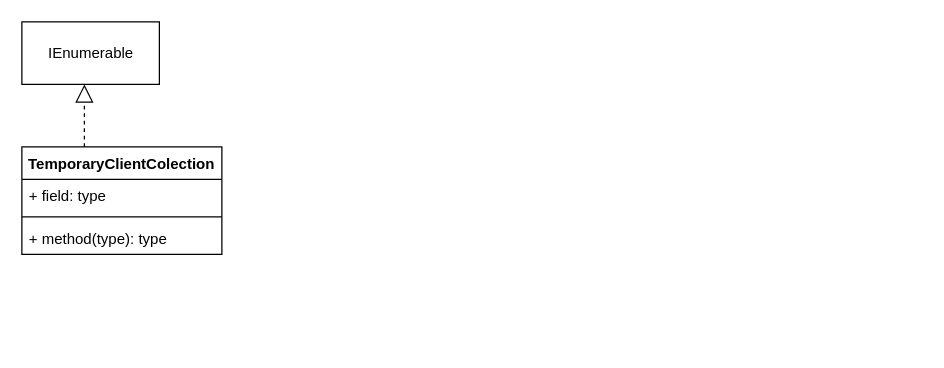
This is Untitled Diagram.drawio from Constantine1992/Diagrams, a draw.io file, before an edit. Source tidied: cells renumbered, new cells numbered last; positions are measured from the earlier drawing's top-left corner, leaving out a move shared by most shapes. Both pictures are drawn from the tidied source at 125%, with x=0, y=0 at pixel (21, 21).
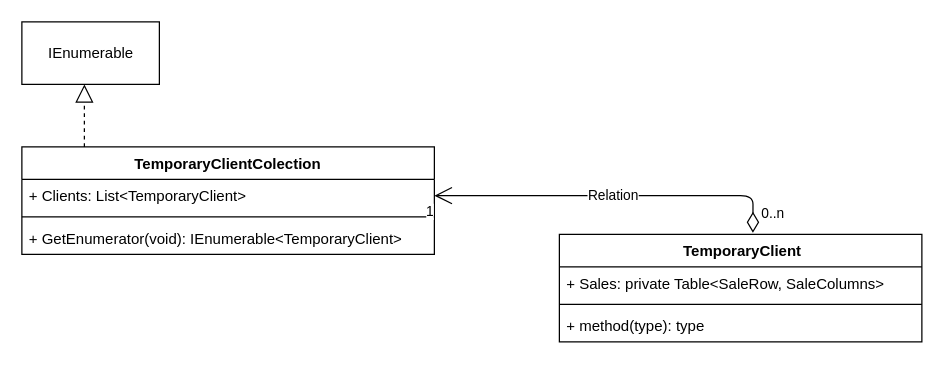
After the change.

Change to the diagram source:
```diff
@@
 <mxGraphModel>
   <root>
     <mxCell id="0" />
     <mxCell id="1" parent="0" />
     <mxCell id="2" value="TemporaryClientColection" style="swimlane;fontStyle=1;align=center;verticalAlign=top;horizontal=1;startSize=26;" parent="1" vertex="1">
-      <mxGeometry y="100" width="160" height="86" as="geometry" />
+      <mxGeometry y="100" width="330" height="86" as="geometry" />
     </mxCell>
-    <mxCell id="3" value="+ field: type" style="text;strokeColor=none;fillColor=none;align=left;verticalAlign=top;spacingLeft=4;spacingRight=4;overflow=hidden;points=[[0,0.5],[1,0.5]];portConstraint=eastwest;" parent="2" vertex="1">
-      <mxGeometry y="26" width="160" height="26" as="geometry" />
+    <mxCell id="3" value="+ Clients: List&lt;TemporaryClient&gt;" style="text;strokeColor=none;fillColor=none;align=left;verticalAlign=top;spacingLeft=4;spacingRight=4;overflow=hidden;points=[[0,0.5],[1,0.5]];portConstraint=eastwest;" parent="2" vertex="1">
+      <mxGeometry y="26" width="330" height="26" as="geometry" />
     </mxCell>
     <mxCell id="4" style="line;strokeWidth=1;fillColor=none;align=left;verticalAlign=middle;spacingTop=-1;spacingLeft=3;spacingRight=3;labelPosition=right;" parent="2" vertex="1">
-      <mxGeometry y="52" width="160" height="8" as="geometry" />
+      <mxGeometry y="52" width="330" height="8" as="geometry" />
     </mxCell>
-    <mxCell id="5" value="+ method(type): type" style="text;strokeColor=none;fillColor=none;align=left;verticalAlign=top;spacingLeft=4;spacingRight=4;overflow=hidden;" parent="2" vertex="1">
-      <mxGeometry y="60" width="160" height="26" as="geometry" />
+    <mxCell id="5" value="+ GetEnumerator(void): IEnumerable&lt;TemporaryClient&gt;&#10;" style="text;strokeColor=none;fillColor=none;align=left;verticalAlign=top;spacingLeft=4;spacingRight=4;overflow=hidden;" parent="2" vertex="1">
+      <mxGeometry y="60" width="330" height="26" as="geometry" />
     </mxCell>
     <mxCell id="6" value="IEnumerable" style="html=1;" parent="1" vertex="1">
       <mxGeometry width="110" height="50" as="geometry" />
     </mxCell>
     <mxCell id="7" style="endArrow=block;dashed=1;endFill=0;endSize=12;html=1;rounded=1;" parent="1" edge="1">
       <mxGeometry relative="1" as="geometry">
         <mxPoint x="50" y="100" as="sourcePoint" />
         <mxPoint x="50" y="50" as="targetPoint" />
       </mxGeometry>
     </mxCell>
+    <mxCell id="8" value=" TemporaryClient" style="swimlane;fontStyle=1;align=center;verticalAlign=top;horizontal=1;startSize=26;" parent="1" vertex="1">
+      <mxGeometry x="430" y="170" width="290" height="86" as="geometry" />
+    </mxCell>
+    <mxCell id="9" value="+ Sales: private Table&lt;SaleRow, SaleColumns&gt;" style="text;strokeColor=none;fillColor=none;align=left;verticalAlign=top;spacingLeft=4;spacingRight=4;overflow=hidden;" parent="8" vertex="1">
+      <mxGeometry y="26" width="290" height="26" as="geometry" />
+    </mxCell>
+    <mxCell id="10" style="line;strokeWidth=1;fillColor=none;align=left;verticalAlign=middle;spacingTop=-1;spacingLeft=3;spacingRight=3;labelPosition=right;" parent="8" vertex="1">
+      <mxGeometry y="52" width="290" height="8" as="geometry" />
+    </mxCell>
+    <mxCell id="11" value="+ method(type): type" style="text;strokeColor=none;fillColor=none;align=left;verticalAlign=top;spacingLeft=4;spacingRight=4;overflow=hidden;" parent="8" vertex="1">
+      <mxGeometry y="60" width="290" height="26" as="geometry" />
+    </mxCell>
+    <mxCell id="12" value="Relation" style="endArrow=open;html=1;endSize=12;startArrow=diamondThin;startSize=14;startFill=0;edgeStyle=orthogonalEdgeStyle;exitX=0.534;exitY=-0.014;exitDx=0;exitDy=0;exitPerimeter=0;" parent="1" edge="1" source="8" target="3">
+      <mxGeometry relative="1" as="geometry" />
+    </mxCell>
+    <mxCell id="13" value="0..n" style="edgeLabel;html=1;align=left;verticalAlign=top;" parent="12" vertex="1">
+      <mxGeometry x="-1" relative="1" as="geometry">
+        <mxPoint x="5.1" y="-28.8" as="offset" />
+      </mxGeometry>
+    </mxCell>
+    <mxCell id="14" value="1" style="edgeLabel;html=1;align=right;verticalAlign=top;" parent="12" vertex="1">
+      <mxGeometry x="1" relative="1" as="geometry" />
+    </mxCell>
   </root>
 </mxGraphModel>
```
